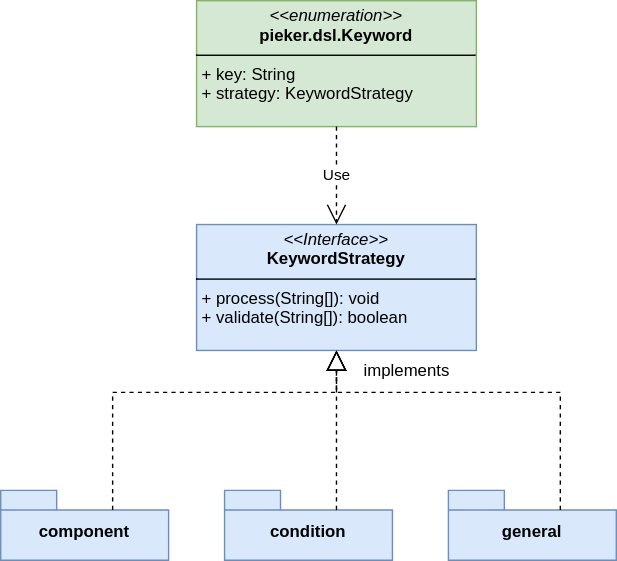
Earlier version of the draw.io export dsl/doc/images/classdiagram-strategy.svg (PIEKER/Pieker). Source tidied: cells renumbered, new cells last; positions are measured from the earlier drawing's top-left corner, leaving out a move shared by most shapes.
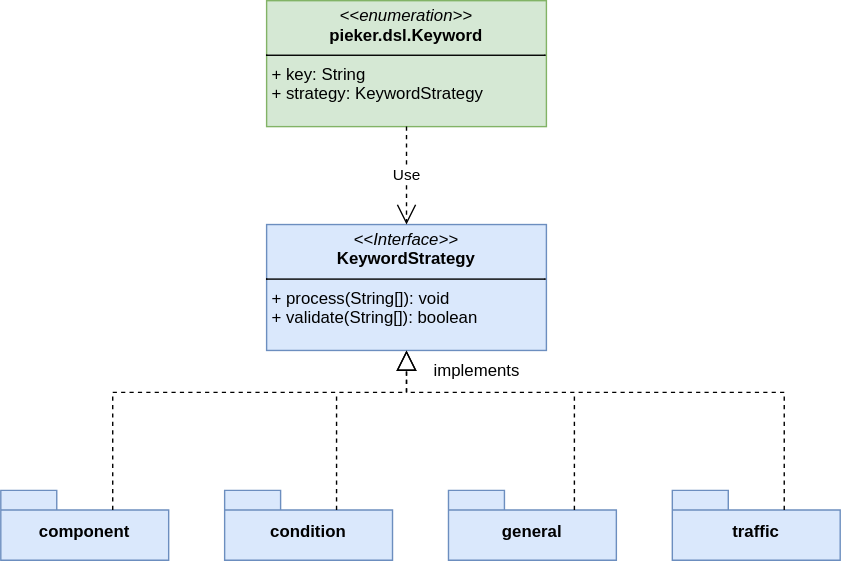
The same file after the commit.

The edit, as a diff of the source:
```diff
@@ -6,38 +6,22 @@
       <mxGeometry x="140" y="160" width="200" height="90" as="geometry" />
     </mxCell>
     <mxCell id="3" value="component" style="shape=folder;fontStyle=1;spacingTop=10;tabWidth=40;tabHeight=14;tabPosition=left;html=1;whiteSpace=wrap;fillColor=#dae8fc;strokeColor=#6c8ebf;" parent="1" vertex="1">
-      <mxGeometry y="350" width="120" height="50" as="geometry" />
+      <mxGeometry x="-50" y="350" width="120" height="50" as="geometry" />
     </mxCell>
     <mxCell id="4" value="condition" style="shape=folder;fontStyle=1;spacingTop=10;tabWidth=40;tabHeight=14;tabPosition=left;html=1;whiteSpace=wrap;fillColor=#dae8fc;strokeColor=#6c8ebf;" parent="1" vertex="1">
-      <mxGeometry x="160" y="350" width="120" height="50" as="geometry" />
+      <mxGeometry x="110" y="350" width="120" height="50" as="geometry" />
     </mxCell>
     <mxCell id="5" value="general" style="shape=folder;fontStyle=1;spacingTop=10;tabWidth=40;tabHeight=14;tabPosition=left;html=1;whiteSpace=wrap;fillColor=#dae8fc;strokeColor=#6c8ebf;" parent="1" vertex="1">
-      <mxGeometry x="320" y="350" width="120" height="50" as="geometry" />
+      <mxGeometry x="270" y="350" width="120" height="50" as="geometry" />
     </mxCell>
     <mxCell id="6" style="endArrow=block;dashed=1;endFill=0;endSize=12;html=1;rounded=0;exitX=0;exitY=0;exitDx=80;exitDy=14;exitPerimeter=0;entryX=0.5;entryY=1;entryDx=0;entryDy=0;" parent="1" edge="1" source="3" target="2">
       <mxGeometry relative="1" as="geometry">
         <Array as="points">
-          <mxPoint x="80" y="280" />
+          <mxPoint x="30" y="280" />
           <mxPoint x="240" y="280" />
         </Array>
       </mxGeometry>
     </mxCell>
-    <mxCell id="7" style="endArrow=block;dashed=1;endFill=0;endSize=12;html=1;rounded=0;exitX=0;exitY=0;exitDx=80;exitDy=14;exitPerimeter=0;entryX=0.5;entryY=1;entryDx=0;entryDy=0;" parent="1" edge="1" source="4" target="2">
-      <mxGeometry relative="1" as="geometry">
-        <Array as="points">
-          <mxPoint x="240" y="280" />
-        </Array>
-      </mxGeometry>
-    </mxCell>
-    <mxCell id="8" style="endArrow=block;dashed=1;endFill=0;endSize=12;html=1;rounded=0;exitX=0;exitY=0;exitDx=80;exitDy=14;exitPerimeter=0;" parent="1" edge="1" source="5">
-      <mxGeometry relative="1" as="geometry">
-        <mxPoint x="240" y="250" as="targetPoint" />
-        <Array as="points">
-          <mxPoint x="400" y="280" />
-          <mxPoint x="240" y="280" />
-        </Array>
-      </mxGeometry>
-    </mxCell>
     <mxCell id="9" value="implements" style="text;html=1;align=center;verticalAlign=middle;strokeColor=none;fillColor=none;" parent="1" vertex="1">
       <mxGeometry x="250" y="250" width="80" height="30" as="geometry" />
     </mxCell>
@@ -47,5 +31,28 @@
     <mxCell id="11" value="Use" style="endArrow=open;endSize=12;dashed=1;html=1;rounded=0;exitX=0.5;exitY=1;exitDx=0;exitDy=0;entryX=0.5;entryY=0;entryDx=0;entryDy=0;" parent="1" edge="1" source="10" target="2">
       <mxGeometry relative="1" as="geometry" />
     </mxCell>
+    <mxCell id="12" value="traffic" style="shape=folder;fontStyle=1;spacingTop=10;tabWidth=40;tabHeight=14;tabPosition=left;html=1;whiteSpace=wrap;fillColor=#dae8fc;strokeColor=#6c8ebf;" parent="1" vertex="1">
+      <mxGeometry x="430" y="350" width="120" height="50" as="geometry" />
+    </mxCell>
+    <mxCell id="13" style="endArrow=block;dashed=1;endFill=0;endSize=12;html=1;rounded=0;exitX=0;exitY=0;exitDx=80;exitDy=14;exitPerimeter=0;" parent="1" edge="1" source="12">
+      <mxGeometry relative="1" as="geometry">
+        <mxPoint x="240" y="250" as="targetPoint" />
+        <Array as="points">
+          <mxPoint x="510" y="280" />
+          <mxPoint x="240" y="280" />
+        </Array>
+      </mxGeometry>
+    </mxCell>
+    <mxCell id="14" style="endArrow=none;html=1;rounded=0;exitX=0;exitY=0;exitDx=80;exitDy=14;exitPerimeter=0;dashed=1;" parent="1" edge="1" source="4">
+      <mxGeometry relative="1" as="geometry">
+        <mxPoint x="190" y="280" as="targetPoint" />
+      </mxGeometry>
+    </mxCell>
+    <mxCell id="15" style="endArrow=none;html=1;rounded=0;exitX=0;exitY=0;exitDx=80;exitDy=14;exitPerimeter=0;dashed=1;" parent="1" edge="1">
+      <mxGeometry relative="1" as="geometry">
+        <mxPoint x="360" y="364" as="sourcePoint" />
+        <mxPoint x="360" y="280" as="targetPoint" />
+      </mxGeometry>
+    </mxCell>
   </root>
 </mxGraphModel>
```
